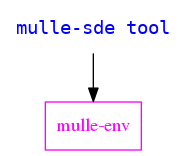
This is dox/mulle-sde-environment.png from mulle-sde/mulle-sde, a Graphviz export, as it was before one commit. Its source is kept beside it as dox/mulle-sde-environment.dot.
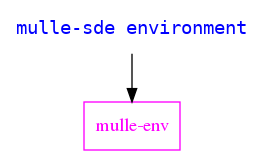
The same diagram one commit later.

Commit message:
* fix wrong label in graphic

Change to the diagram source:
```diff
@@ -3,7 +3,7 @@
 
     node[shape=folder];
 
-    "mulle-sde environment"  [ label="mulle-sde tool", shape="none", fontname="monospace", fontcolor="blue"]
+    "mulle-sde environment"  [ label="mulle-sde environment", shape="none", fontname="monospace", fontcolor="blue"]
     "mulle-sde environment" -> "mulle-env"
     "mulle-env"              [ shape="record", color="magenta", fontcolor="magenta"]
 }
```
